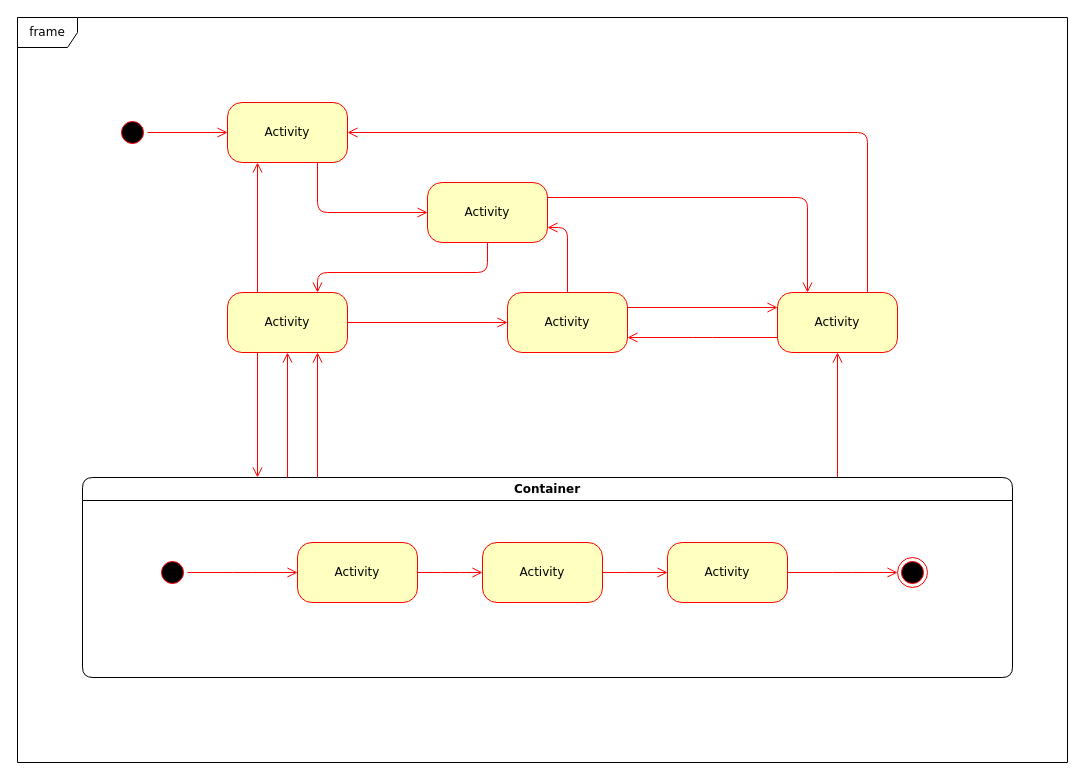
This is public/disc.drawio from 8ugust/8ugust-disc, a draw.io file, before an edit. Source tidied: cells renumbered, new cells numbered last; positions are measured from the earlier drawing's top-left corner, leaving out a move shared by most shapes. Both pictures are drawn from the tidied source at 100%, with x=0, y=0 at pixel (17, 17).
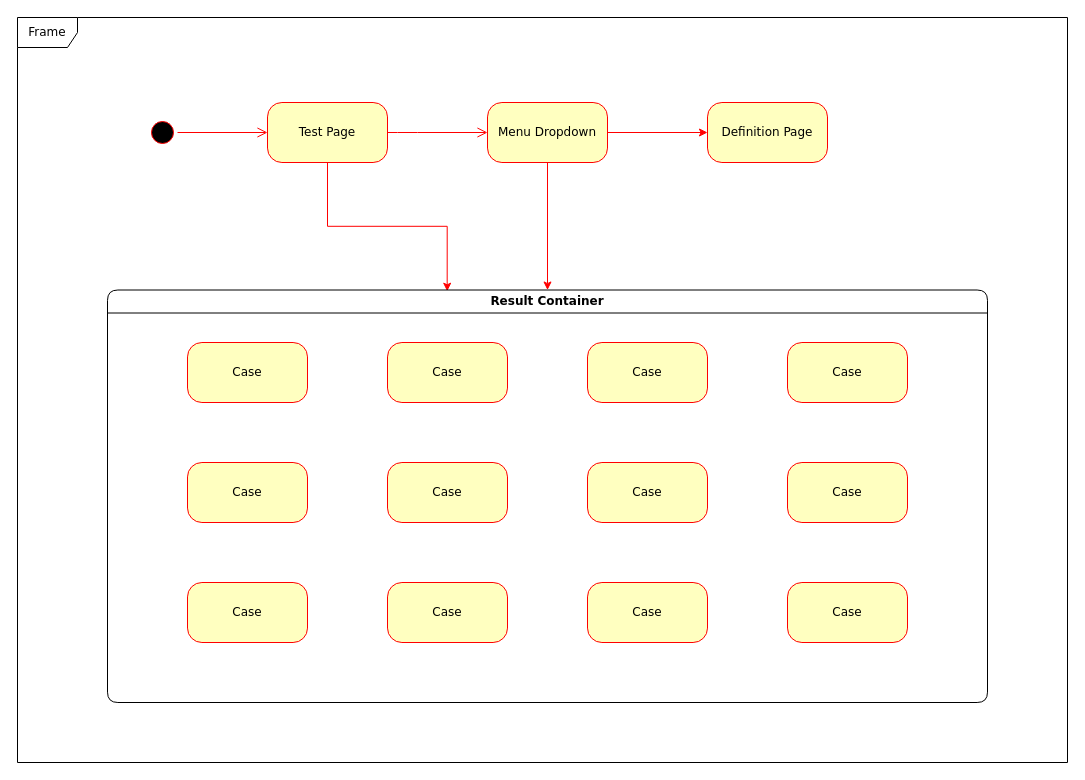
The same diagram, later.

What changed in the source:
```diff
@@
+    <mxCell id="22" value="Frame" style="shape=umlFrame;whiteSpace=wrap;html=1;rounded=1;shadow=0;comic=0;labelBackgroundColor=none;strokeWidth=1;fontFamily=Verdana;fontSize=12;align=center;" parent="1" vertex="1">
+      <mxGeometry width="1050" height="745" as="geometry" />
+    </mxCell>
     <mxCell id="2" style="ellipse;html=1;shape=startState;fillColor=#000000;strokeColor=#ff0000;rounded=1;shadow=0;comic=0;labelBackgroundColor=none;fontFamily=Verdana;fontSize=12;fontColor=#000000;align=center;direction=south;" parent="1" vertex="1">
-      <mxGeometry x="100" y="100" width="30" height="30" as="geometry" />
+      <mxGeometry x="130" y="100" width="30" height="30" as="geometry" />
     </mxCell>
-    <mxCell id="3" value="Activity" style="rounded=1;whiteSpace=wrap;html=1;arcSize=24;fillColor=#ffffc0;strokeColor=#ff0000;shadow=0;comic=0;labelBackgroundColor=none;fontFamily=Verdana;fontSize=12;fontColor=#000000;align=center;" parent="1" vertex="1">
-      <mxGeometry x="210" y="275" width="120" height="60" as="geometry" />
-    </mxCell>
+    <mxCell id="33" style="edgeStyle=orthogonalEdgeStyle;rounded=0;jettySize=auto;html=1;strokeColor=#FF0000;entryX=0.386;entryY=0.003;entryDx=0;entryDy=0;entryPerimeter=0;" parent="1" edge="1" source="4" target="12">
+      <mxGeometry relative="1" as="geometry" />
+    </mxCell>
-    <mxCell id="4" value="Activity" style="rounded=1;whiteSpace=wrap;html=1;arcSize=24;fillColor=#ffffc0;strokeColor=#ff0000;shadow=0;comic=0;labelBackgroundColor=none;fontFamily=Verdana;fontSize=12;fontColor=#000000;align=center;" parent="1" vertex="1">
-      <mxGeometry x="210" y="85" width="120" height="60" as="geometry" />
+    <mxCell id="4" value="Test Page" style="rounded=1;whiteSpace=wrap;html=1;arcSize=24;fillColor=#ffffc0;strokeColor=#ff0000;shadow=0;comic=0;labelBackgroundColor=none;fontFamily=Verdana;fontSize=12;fontColor=#000000;align=center;" parent="1" vertex="1">
+      <mxGeometry x="250" y="85" width="120" height="60" as="geometry" />
     </mxCell>
-    <mxCell id="5" style="edgeStyle=orthogonalEdgeStyle;html=1;exitX=1;exitY=0.25;entryX=0.25;entryY=0;labelBackgroundColor=none;endArrow=open;endSize=8;strokeColor=#ff0000;fontFamily=Verdana;fontSize=12;align=left;" parent="1" edge="1" source="6" target="9">
-      <mxGeometry relative="1" as="geometry" />
-    </mxCell>
+    <mxCell id="34" style="edgeStyle=orthogonalEdgeStyle;rounded=0;jettySize=auto;html=1;fillColor=#fff2cc;strokeColor=#FF0000;" parent="1" edge="1" source="6" target="10">
+      <mxGeometry relative="1" as="geometry" />
+    </mxCell>
+    <mxCell id="35" style="edgeStyle=orthogonalEdgeStyle;rounded=0;jettySize=auto;html=1;exitX=0.5;exitY=1;exitDx=0;exitDy=0;entryX=0.5;entryY=0;entryDx=0;entryDy=0;strokeColor=#FF0000;" parent="1" edge="1" source="6" target="12">
+      <mxGeometry relative="1" as="geometry" />
+    </mxCell>
-    <mxCell id="6" value="Activity" style="rounded=1;whiteSpace=wrap;html=1;arcSize=24;fillColor=#ffffc0;strokeColor=#ff0000;shadow=0;comic=0;labelBackgroundColor=none;fontFamily=Verdana;fontSize=12;fontColor=#000000;align=center;" parent="1" vertex="1">
-      <mxGeometry x="410" y="165" width="120" height="60" as="geometry" />
+    <mxCell id="6" value="Menu Dropdown" style="rounded=1;whiteSpace=wrap;html=1;arcSize=24;fillColor=#ffffc0;strokeColor=#ff0000;shadow=0;comic=0;labelBackgroundColor=none;fontFamily=Verdana;fontSize=12;fontColor=#000000;align=center;" parent="1" vertex="1">
+      <mxGeometry x="470" y="85" width="120" height="60" as="geometry" />
     </mxCell>
-    <mxCell id="7" style="edgeStyle=orthogonalEdgeStyle;html=1;exitX=0.75;exitY=0;entryX=1;entryY=0.5;labelBackgroundColor=none;endArrow=open;endSize=8;strokeColor=#ff0000;fontFamily=Verdana;fontSize=12;align=left;" parent="1" edge="1" source="9" target="4">
-      <mxGeometry relative="1" as="geometry">
-        <Array as="points">
-          <mxPoint x="850" y="115" />
-        </Array>
-      </mxGeometry>
-    </mxCell>
-    <mxCell id="8" style="edgeStyle=elbowEdgeStyle;html=1;exitX=0;exitY=0.75;entryX=1;entryY=0.75;labelBackgroundColor=none;endArrow=open;endSize=8;strokeColor=#ff0000;fontFamily=Verdana;fontSize=12;align=left;" parent="1" edge="1" source="9" target="10">
-      <mxGeometry relative="1" as="geometry" />
-    </mxCell>
-    <mxCell id="9" value="Activity" style="rounded=1;whiteSpace=wrap;html=1;arcSize=24;fillColor=#ffffc0;strokeColor=#ff0000;shadow=0;comic=0;labelBackgroundColor=none;fontFamily=Verdana;fontSize=12;fontColor=#000000;align=center;" parent="1" vertex="1">
-      <mxGeometry x="760" y="275" width="120" height="60" as="geometry" />
-    </mxCell>
-    <mxCell id="10" value="Activity" style="rounded=1;whiteSpace=wrap;html=1;arcSize=24;fillColor=#ffffc0;strokeColor=#ff0000;shadow=0;comic=0;labelBackgroundColor=none;fontFamily=Verdana;fontSize=12;fontColor=#000000;align=center;" parent="1" vertex="1">
-      <mxGeometry x="490" y="275" width="120" height="60" as="geometry" />
+    <mxCell id="10" value="Definition Page" style="rounded=1;whiteSpace=wrap;html=1;arcSize=24;fillColor=#ffffc0;strokeColor=#ff0000;shadow=0;comic=0;labelBackgroundColor=none;fontFamily=Verdana;fontSize=12;fontColor=#000000;align=center;" parent="1" vertex="1">
+      <mxGeometry x="690" y="85" width="120" height="60" as="geometry" />
     </mxCell>
-    <mxCell id="11" style="edgeStyle=elbowEdgeStyle;html=1;labelBackgroundColor=none;endArrow=open;endSize=8;strokeColor=#ff0000;fontFamily=Verdana;fontSize=12;align=left;" parent="1" edge="1" source="12" target="9">
-      <mxGeometry relative="1" as="geometry" />
-    </mxCell>
-    <mxCell id="12" value="Container" style="swimlane;whiteSpace=wrap;html=1;rounded=1;shadow=0;comic=0;labelBackgroundColor=none;strokeWidth=1;fontFamily=Verdana;fontSize=12;align=center;" parent="1" vertex="1">
-      <mxGeometry x="65" y="460" width="930" height="200" as="geometry" />
+    <mxCell id="12" value="Result Container" style="swimlane;whiteSpace=wrap;html=1;rounded=1;shadow=0;comic=0;labelBackgroundColor=none;strokeWidth=1;fontFamily=Verdana;fontSize=12;align=center;" parent="1" vertex="1">
+      <mxGeometry x="90" y="272.5" width="880" height="412.5" as="geometry" />
     </mxCell>
-    <mxCell id="13" style="edgeStyle=elbowEdgeStyle;html=1;labelBackgroundColor=none;endArrow=open;endSize=8;strokeColor=#ff0000;fontFamily=Verdana;fontSize=12;align=left;" parent="12" edge="1" source="14" target="19">
-      <mxGeometry relative="1" as="geometry" />
-    </mxCell>
-    <mxCell id="14" value="Activity" style="rounded=1;whiteSpace=wrap;html=1;arcSize=24;fillColor=#ffffc0;strokeColor=#ff0000;shadow=0;comic=0;labelBackgroundColor=none;fontFamily=Verdana;fontSize=12;fontColor=#000000;align=center;" parent="12" vertex="1">
-      <mxGeometry x="215" y="65" width="120" height="60" as="geometry" />
+    <mxCell id="14" value="Case" style="rounded=1;whiteSpace=wrap;html=1;arcSize=24;fillColor=#ffffc0;strokeColor=#ff0000;shadow=0;comic=0;labelBackgroundColor=none;fontFamily=Verdana;fontSize=12;fontColor=#000000;align=center;" parent="12" vertex="1">
+      <mxGeometry x="80" y="52.5" width="120" height="60" as="geometry" />
     </mxCell>
-    <mxCell id="15" style="ellipse;html=1;shape=endState;fillColor=#000000;strokeColor=#ff0000;rounded=1;shadow=0;comic=0;labelBackgroundColor=none;fontFamily=Verdana;fontSize=12;fontColor=#000000;align=center;" parent="12" vertex="1">
-      <mxGeometry x="815" y="80" width="30" height="30" as="geometry" />
-    </mxCell>
-    <mxCell id="16" style="edgeStyle=elbowEdgeStyle;html=1;labelBackgroundColor=none;endArrow=open;endSize=8;strokeColor=#ff0000;fontFamily=Verdana;fontSize=12;align=left;" parent="12" edge="1" source="17" target="14">
-      <mxGeometry relative="1" as="geometry" />
-    </mxCell>
-    <mxCell id="17" style="ellipse;html=1;shape=startState;fillColor=#000000;strokeColor=#ff0000;rounded=1;shadow=0;comic=0;labelBackgroundColor=none;fontFamily=Verdana;fontSize=12;fontColor=#000000;align=center;direction=south;" parent="12" vertex="1">
-      <mxGeometry x="75" y="80" width="30" height="30" as="geometry" />
-    </mxCell>
-    <mxCell id="18" style="edgeStyle=elbowEdgeStyle;html=1;labelBackgroundColor=none;endArrow=open;endSize=8;strokeColor=#ff0000;fontFamily=Verdana;fontSize=12;align=left;" parent="12" edge="1" source="19" target="21">
-      <mxGeometry relative="1" as="geometry" />
-    </mxCell>
-    <mxCell id="19" value="Activity" style="rounded=1;whiteSpace=wrap;html=1;arcSize=24;fillColor=#ffffc0;strokeColor=#ff0000;shadow=0;comic=0;labelBackgroundColor=none;fontFamily=Verdana;fontSize=12;fontColor=#000000;align=center;" parent="12" vertex="1">
-      <mxGeometry x="400" y="65" width="120" height="60" as="geometry" />
+    <mxCell id="19" value="Case" style="rounded=1;whiteSpace=wrap;html=1;arcSize=24;fillColor=#ffffc0;strokeColor=#ff0000;shadow=0;comic=0;labelBackgroundColor=none;fontFamily=Verdana;fontSize=12;fontColor=#000000;align=center;" parent="12" vertex="1">
+      <mxGeometry x="280" y="52.5" width="120" height="60" as="geometry" />
     </mxCell>
-    <mxCell id="20" style="edgeStyle=elbowEdgeStyle;html=1;labelBackgroundColor=none;endArrow=open;endSize=8;strokeColor=#ff0000;fontFamily=Verdana;fontSize=12;align=left;" parent="12" edge="1" source="21" target="15">
-      <mxGeometry relative="1" as="geometry" />
-    </mxCell>
-    <mxCell id="21" value="Activity" style="rounded=1;whiteSpace=wrap;html=1;arcSize=24;fillColor=#ffffc0;strokeColor=#ff0000;shadow=0;comic=0;labelBackgroundColor=none;fontFamily=Verdana;fontSize=12;fontColor=#000000;align=center;" parent="12" vertex="1">
-      <mxGeometry x="585" y="65" width="120" height="60" as="geometry" />
+    <mxCell id="21" value="Case" style="rounded=1;whiteSpace=wrap;html=1;arcSize=24;fillColor=#ffffc0;strokeColor=#ff0000;shadow=0;comic=0;labelBackgroundColor=none;fontFamily=Verdana;fontSize=12;fontColor=#000000;align=center;" parent="12" vertex="1">
+      <mxGeometry x="480" y="52.5" width="120" height="60" as="geometry" />
     </mxCell>
-    <mxCell id="22" value="frame" style="shape=umlFrame;whiteSpace=wrap;html=1;rounded=1;shadow=0;comic=0;labelBackgroundColor=none;strokeWidth=1;fontFamily=Verdana;fontSize=12;align=center;" parent="1" vertex="1">
-      <mxGeometry width="1050" height="745" as="geometry" />
-    </mxCell>
+    <mxCell id="36" value="Case" style="rounded=1;whiteSpace=wrap;html=1;arcSize=24;fillColor=#ffffc0;strokeColor=#ff0000;shadow=0;comic=0;labelBackgroundColor=none;fontFamily=Verdana;fontSize=12;fontColor=#000000;align=center;" parent="12" vertex="1">
+      <mxGeometry x="680" y="52.5" width="120" height="60" as="geometry" />
+    </mxCell>
@@
-    <mxCell id="24" style="edgeStyle=orthogonalEdgeStyle;html=1;labelBackgroundColor=none;endArrow=open;endSize=8;strokeColor=#ff0000;fontFamily=Verdana;fontSize=12;align=left;entryX=0;entryY=0.5;" parent="1" edge="1" source="4" target="6">
+    <mxCell id="24" style="edgeStyle=orthogonalEdgeStyle;html=1;labelBackgroundColor=none;endArrow=open;endSize=8;strokeColor=#FF0000;fontFamily=Verdana;fontSize=12;align=left;entryX=0;entryY=0.5;" parent="1" edge="1" source="4" target="6">
       <mxGeometry relative="1" as="geometry">
         <Array as="points">
-          <mxPoint x="300" y="195" />
+          <mxPoint x="390" y="115" />
+          <mxPoint x="390" y="115" />
         </Array>
       </mxGeometry>
     </mxCell>
-    <mxCell id="25" style="edgeStyle=orthogonalEdgeStyle;html=1;entryX=0.75;entryY=0;labelBackgroundColor=none;endArrow=open;endSize=8;strokeColor=#ff0000;fontFamily=Verdana;fontSize=12;align=left;exitX=0.5;exitY=1;" parent="1" edge="1" source="6" target="3">
-      <mxGeometry relative="1" as="geometry">
-        <Array as="points">
-          <mxPoint x="470" y="255" />
-          <mxPoint x="300" y="255" />
-        </Array>
-      </mxGeometry>
-    </mxCell>
-    <mxCell id="26" style="edgeStyle=orthogonalEdgeStyle;html=1;exitX=0.25;exitY=0;entryX=0.25;entryY=1;labelBackgroundColor=none;endArrow=open;endSize=8;strokeColor=#ff0000;fontFamily=Verdana;fontSize=12;align=left;" parent="1" edge="1" source="3" target="4">
-      <mxGeometry relative="1" as="geometry" />
-    </mxCell>
-    <mxCell id="27" style="edgeStyle=orthogonalEdgeStyle;html=1;exitX=1;exitY=0.5;entryX=0;entryY=0.5;labelBackgroundColor=none;endArrow=open;endSize=8;strokeColor=#ff0000;fontFamily=Verdana;fontSize=12;align=left;" parent="1" edge="1" source="3" target="10">
-      <mxGeometry relative="1" as="geometry" />
-    </mxCell>
-    <mxCell id="28" style="edgeStyle=orthogonalEdgeStyle;html=1;exitX=0.5;exitY=0;entryX=1;entryY=0.75;labelBackgroundColor=none;endArrow=open;endSize=8;strokeColor=#ff0000;fontFamily=Verdana;fontSize=12;align=left;" parent="1" edge="1" source="10" target="6">
-      <mxGeometry relative="1" as="geometry" />
-    </mxCell>
-    <mxCell id="29" style="edgeStyle=orthogonalEdgeStyle;html=1;exitX=1;exitY=0.25;entryX=0;entryY=0.25;labelBackgroundColor=none;endArrow=open;endSize=8;strokeColor=#ff0000;fontFamily=Verdana;fontSize=12;align=left;" parent="1" edge="1" source="10" target="9">
-      <mxGeometry relative="1" as="geometry" />
-    </mxCell>
-    <mxCell id="30" style="edgeStyle=elbowEdgeStyle;html=1;labelBackgroundColor=none;endArrow=open;endSize=8;strokeColor=#ff0000;fontFamily=Verdana;fontSize=12;align=left;entryX=0.75;entryY=1;" parent="1" edge="1" source="12" target="3">
-      <mxGeometry relative="1" as="geometry" />
-    </mxCell>
-    <mxCell id="31" style="edgeStyle=elbowEdgeStyle;html=1;labelBackgroundColor=none;endArrow=open;endSize=8;strokeColor=#ff0000;fontFamily=Verdana;fontSize=12;align=left;entryX=0.5;entryY=1;" parent="1" edge="1" source="12" target="3">
-      <mxGeometry relative="1" as="geometry" />
-    </mxCell>
-    <mxCell id="32" style="edgeStyle=elbowEdgeStyle;html=1;labelBackgroundColor=none;endArrow=open;endSize=8;strokeColor=#ff0000;fontFamily=Verdana;fontSize=12;align=left;exitX=0.25;exitY=1;" parent="1" edge="1" source="3" target="12">
-      <mxGeometry relative="1" as="geometry" />
-    </mxCell>
+    <mxCell id="37" value="Case" style="rounded=1;whiteSpace=wrap;html=1;arcSize=24;fillColor=#ffffc0;strokeColor=#ff0000;shadow=0;comic=0;labelBackgroundColor=none;fontFamily=Verdana;fontSize=12;fontColor=#000000;align=center;" parent="1" vertex="1">
+      <mxGeometry x="170" y="445" width="120" height="60" as="geometry" />
+    </mxCell>
+    <mxCell id="38" value="Case" style="rounded=1;whiteSpace=wrap;html=1;arcSize=24;fillColor=#ffffc0;strokeColor=#ff0000;shadow=0;comic=0;labelBackgroundColor=none;fontFamily=Verdana;fontSize=12;fontColor=#000000;align=center;" parent="1" vertex="1">
+      <mxGeometry x="370" y="445" width="120" height="60" as="geometry" />
+    </mxCell>
+    <mxCell id="39" value="Case" style="rounded=1;whiteSpace=wrap;html=1;arcSize=24;fillColor=#ffffc0;strokeColor=#ff0000;shadow=0;comic=0;labelBackgroundColor=none;fontFamily=Verdana;fontSize=12;fontColor=#000000;align=center;" parent="1" vertex="1">
+      <mxGeometry x="570" y="445" width="120" height="60" as="geometry" />
+    </mxCell>
+    <mxCell id="40" value="Case" style="rounded=1;whiteSpace=wrap;html=1;arcSize=24;fillColor=#ffffc0;strokeColor=#ff0000;shadow=0;comic=0;labelBackgroundColor=none;fontFamily=Verdana;fontSize=12;fontColor=#000000;align=center;" parent="1" vertex="1">
+      <mxGeometry x="770" y="445" width="120" height="60" as="geometry" />
+    </mxCell>
+    <mxCell id="41" value="Case" style="rounded=1;whiteSpace=wrap;html=1;arcSize=24;fillColor=#ffffc0;strokeColor=#ff0000;shadow=0;comic=0;labelBackgroundColor=none;fontFamily=Verdana;fontSize=12;fontColor=#000000;align=center;" parent="1" vertex="1">
+      <mxGeometry x="170" y="565" width="120" height="60" as="geometry" />
+    </mxCell>
+    <mxCell id="42" value="Case" style="rounded=1;whiteSpace=wrap;html=1;arcSize=24;fillColor=#ffffc0;strokeColor=#ff0000;shadow=0;comic=0;labelBackgroundColor=none;fontFamily=Verdana;fontSize=12;fontColor=#000000;align=center;" parent="1" vertex="1">
+      <mxGeometry x="370" y="565" width="120" height="60" as="geometry" />
+    </mxCell>
+    <mxCell id="43" value="Case" style="rounded=1;whiteSpace=wrap;html=1;arcSize=24;fillColor=#ffffc0;strokeColor=#ff0000;shadow=0;comic=0;labelBackgroundColor=none;fontFamily=Verdana;fontSize=12;fontColor=#000000;align=center;" parent="1" vertex="1">
+      <mxGeometry x="570" y="565" width="120" height="60" as="geometry" />
+    </mxCell>
+    <mxCell id="44" value="Case" style="rounded=1;whiteSpace=wrap;html=1;arcSize=24;fillColor=#ffffc0;strokeColor=#ff0000;shadow=0;comic=0;labelBackgroundColor=none;fontFamily=Verdana;fontSize=12;fontColor=#000000;align=center;" parent="1" vertex="1">
+      <mxGeometry x="770" y="565" width="120" height="60" as="geometry" />
+    </mxCell>
```
